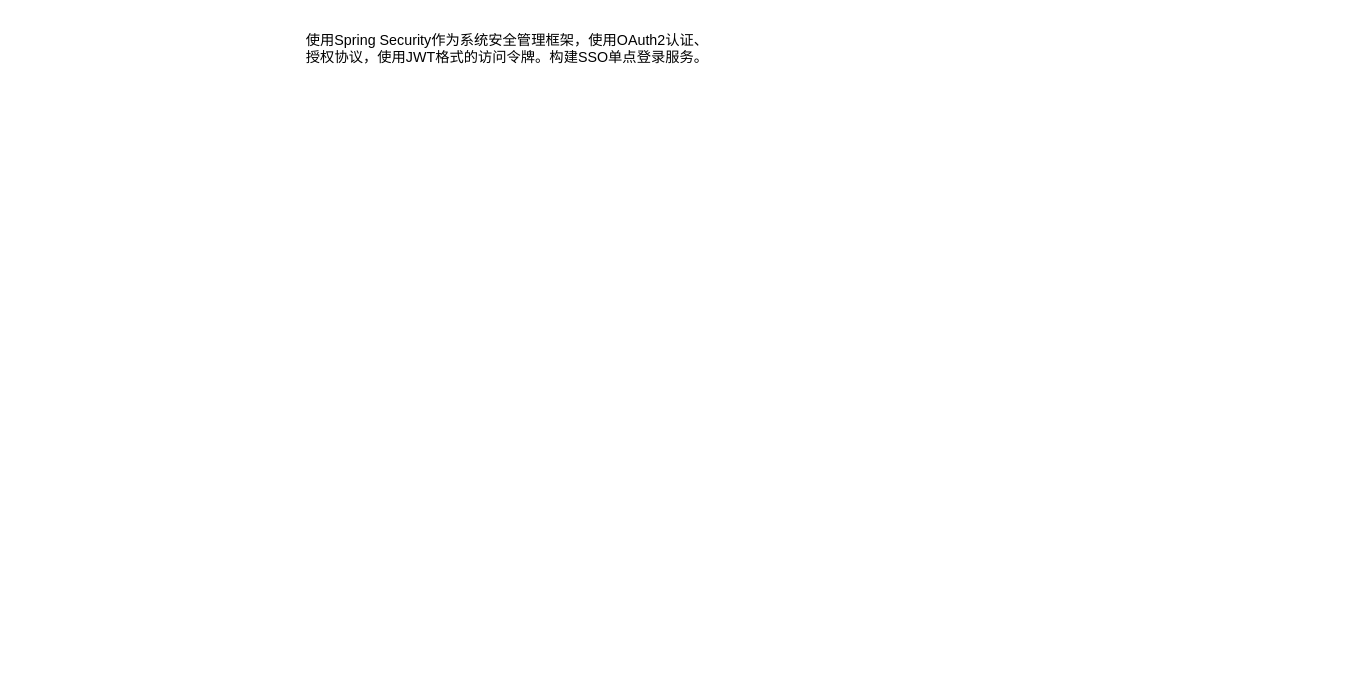
Earlier version of the draw.io diagram sso-security.drawio (lzdong0714/note). Source tidied: cells renumbered, new cells numbered last; positions are measured from the earlier drawing's top-left corner, leaving out a move shared by most shapes. Both pictures are drawn from the tidied source at 102%, with x=0, y=0 at pixel (303, 17).
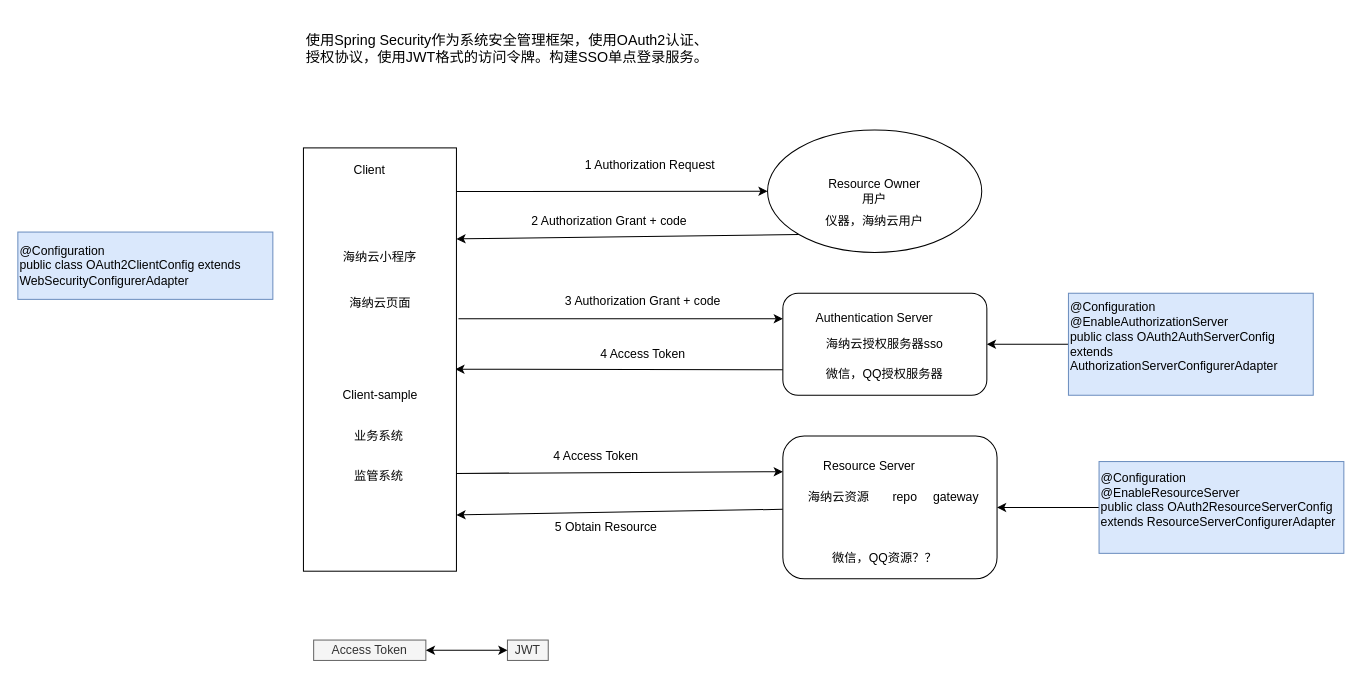
Above is the later version.

What changed in the source:
```diff
@@
+    <mxCell id="3" style="edgeStyle=none;rounded=0;jettySize=auto;html=1;exitX=0;exitY=1;exitDx=0;exitDy=0;entryX=1;entryY=0.215;entryDx=0;entryDy=0;entryPerimeter=0;" parent="1" edge="1" source="4" target="10">
+      <mxGeometry relative="1" as="geometry" />
+    </mxCell>
+    <mxCell id="4" value="Resource Owner&lt;br&gt;用户" style="ellipse;whiteSpace=wrap;html=1;" parent="1" vertex="1">
+      <mxGeometry x="455" y="110" width="210" height="120" as="geometry" />
+    </mxCell>
+    <mxCell id="5" style="edgeStyle=none;rounded=0;jettySize=auto;html=1;exitX=0;exitY=0.75;exitDx=0;exitDy=0;entryX=0.993;entryY=0.523;entryDx=0;entryDy=0;entryPerimeter=0;" parent="1" edge="1" source="6" target="10">
+      <mxGeometry relative="1" as="geometry" />
+    </mxCell>
+    <mxCell id="6" style="rounded=1;whiteSpace=wrap;html=1;" parent="1" vertex="1">
+      <mxGeometry x="470" y="270" width="200" height="100" as="geometry" />
+    </mxCell>
+    <mxCell id="7" style="edgeStyle=none;rounded=0;jettySize=auto;html=1;entryX=1;entryY=0.867;entryDx=0;entryDy=0;entryPerimeter=0;" parent="1" edge="1" source="8" target="10">
+      <mxGeometry relative="1" as="geometry" />
+    </mxCell>
+    <mxCell id="8" style="rounded=1;whiteSpace=wrap;html=1;" parent="1" vertex="1">
+      <mxGeometry x="470" y="410" width="210" height="140" as="geometry" />
+    </mxCell>
+    <mxCell id="9" style="edgeStyle=none;rounded=0;jettySize=auto;html=1;exitX=0.993;exitY=0.769;exitDx=0;exitDy=0;entryX=0;entryY=0.25;entryDx=0;entryDy=0;exitPerimeter=0;" parent="1" edge="1" source="10" target="8">
+      <mxGeometry relative="1" as="geometry" />
+    </mxCell>
+    <mxCell id="10" style="rounded=0;whiteSpace=wrap;html=1;" parent="1" vertex="1">
+      <mxGeometry y="127.5" width="150" height="415" as="geometry" />
+    </mxCell>
+    <mxCell id="11" value="Client" style="text;html=1;strokeColor=none;fillColor=none;align=center;verticalAlign=middle;whiteSpace=wrap;rounded=0;" parent="1" vertex="1">
+      <mxGeometry x="45" y="140" width="40" height="20" as="geometry" />
+    </mxCell>
+    <mxCell id="12" value="仪器，海纳云用户" style="text;html=1;strokeColor=none;fillColor=none;align=center;verticalAlign=middle;whiteSpace=wrap;rounded=0;" parent="1" vertex="1">
+      <mxGeometry x="510" y="190" width="100" height="20" as="geometry" />
+    </mxCell>
+    <mxCell id="13" value="Authentication Server" style="text;html=1;strokeColor=none;fillColor=none;align=center;verticalAlign=middle;whiteSpace=wrap;rounded=0;" parent="1" vertex="1">
+      <mxGeometry x="490" y="280" width="140" height="30" as="geometry" />
+    </mxCell>
+    <mxCell id="14" value="Resource Server" style="text;html=1;strokeColor=none;fillColor=none;align=center;verticalAlign=middle;whiteSpace=wrap;rounded=0;" parent="1" vertex="1">
+      <mxGeometry x="500" y="420" width="110" height="40" as="geometry" />
+    </mxCell>
+    <mxCell id="15" value="海纳云小程序" style="text;html=1;strokeColor=none;fillColor=none;align=center;verticalAlign=middle;whiteSpace=wrap;rounded=0;" parent="1" vertex="1">
+      <mxGeometry x="30" y="220" width="90" height="30" as="geometry" />
+    </mxCell>
+    <mxCell id="16" value="海纳云页面" style="text;html=1;strokeColor=none;fillColor=none;align=center;verticalAlign=middle;whiteSpace=wrap;rounded=0;" parent="1" vertex="1">
+      <mxGeometry x="37.5" y="267.5" width="75" height="25" as="geometry" />
+    </mxCell>
+    <mxCell id="17" style="endArrow=classic;html=1;exitX=1;exitY=0.103;exitDx=0;exitDy=0;entryX=0;entryY=0.5;entryDx=0;entryDy=0;exitPerimeter=0;" parent="1" edge="1" source="10" target="4">
+      <mxGeometry relative="1" as="geometry" />
+    </mxCell>
+    <mxCell id="18" value="1 Authorization Request" style="text;html=1;strokeColor=none;fillColor=none;align=center;verticalAlign=middle;whiteSpace=wrap;rounded=0;" parent="1" vertex="1">
+      <mxGeometry x="260" y="130" width="160" height="30" as="geometry" />
+    </mxCell>
+    <mxCell id="19" value="2 Authorization Grant + code" style="text;html=1;strokeColor=none;fillColor=none;align=center;verticalAlign=middle;whiteSpace=wrap;rounded=0;" parent="1" vertex="1">
+      <mxGeometry x="210" y="190" width="180" height="20" as="geometry" />
+    </mxCell>
+    <mxCell id="20" value="海纳云授权服务器sso" style="text;html=1;strokeColor=none;fillColor=none;align=center;verticalAlign=middle;whiteSpace=wrap;rounded=0;" parent="1" vertex="1">
+      <mxGeometry x="510" y="310" width="120" height="20" as="geometry" />
+    </mxCell>
+    <mxCell id="21" value="微信，QQ授权服务器" style="text;html=1;strokeColor=none;fillColor=none;align=center;verticalAlign=middle;whiteSpace=wrap;rounded=0;" parent="1" vertex="1">
+      <mxGeometry x="510" y="340" width="120" height="20" as="geometry" />
+    </mxCell>
+    <mxCell id="22" value="海纳云资源" style="text;html=1;strokeColor=none;fillColor=none;align=center;verticalAlign=middle;whiteSpace=wrap;rounded=0;" parent="1" vertex="1">
+      <mxGeometry x="475" y="460" width="100" height="20" as="geometry" />
+    </mxCell>
+    <mxCell id="23" value="微信，QQ资源？？" style="text;html=1;strokeColor=none;fillColor=none;align=center;verticalAlign=middle;whiteSpace=wrap;rounded=0;" parent="1" vertex="1">
+      <mxGeometry x="510" y="520" width="120" height="20" as="geometry" />
+    </mxCell>
+    <mxCell id="24" style="endArrow=classic;html=1;entryX=0;entryY=0.25;entryDx=0;entryDy=0;" parent="1" edge="1" target="6">
+      <mxGeometry relative="1" as="geometry">
+        <mxPoint x="152" y="295" as="sourcePoint" />
+      </mxGeometry>
+    </mxCell>
+    <mxCell id="25" value="3 Authorization Grant + code" style="text;html=1;strokeColor=none;fillColor=none;align=center;verticalAlign=middle;whiteSpace=wrap;rounded=0;" parent="1" vertex="1">
+      <mxGeometry x="246" y="268" width="174" height="20" as="geometry" />
+    </mxCell>
+    <mxCell id="26" value="4 Access Token" style="text;html=1;strokeColor=none;fillColor=none;align=center;verticalAlign=middle;whiteSpace=wrap;rounded=0;" parent="1" vertex="1">
+      <mxGeometry x="246" y="320" width="174" height="20" as="geometry" />
+    </mxCell>
+    <mxCell id="27" value="4 Access Token" style="text;html=1;strokeColor=none;fillColor=none;align=center;verticalAlign=middle;whiteSpace=wrap;rounded=0;" parent="1" vertex="1">
+      <mxGeometry x="200" y="420" width="174" height="20" as="geometry" />
+    </mxCell>
+    <mxCell id="28" value="5 Obtain Resource" style="text;html=1;strokeColor=none;fillColor=none;align=center;verticalAlign=middle;whiteSpace=wrap;rounded=0;" parent="1" vertex="1">
+      <mxGeometry x="210" y="490" width="174" height="20" as="geometry" />
+    </mxCell>
+    <mxCell id="29" value="Access Token" style="text;html=1;strokeColor=#666666;fillColor=#f5f5f5;align=center;verticalAlign=middle;whiteSpace=wrap;rounded=0;fontColor=#333333;" parent="1" vertex="1">
+      <mxGeometry x="10" y="610" width="110" height="20" as="geometry" />
+    </mxCell>
+    <mxCell id="30" value="JWT" style="text;html=1;strokeColor=#666666;fillColor=#f5f5f5;align=center;verticalAlign=middle;whiteSpace=wrap;rounded=0;fontColor=#333333;" parent="1" vertex="1">
+      <mxGeometry x="200" y="610" width="40" height="20" as="geometry" />
+    </mxCell>
+    <mxCell id="31" style="endArrow=classic;startArrow=classic;html=1;exitX=1;exitY=0.5;exitDx=0;exitDy=0;entryX=0;entryY=0.5;entryDx=0;entryDy=0;" parent="1" edge="1" source="29" target="30">
+      <mxGeometry relative="1" as="geometry" />
+    </mxCell>
+    <mxCell id="32" style="edgeStyle=orthogonalEdgeStyle;rounded=0;jettySize=auto;html=1;entryX=1;entryY=0.5;entryDx=0;entryDy=0;" parent="1" edge="1" source="33" target="6">
+      <mxGeometry relative="1" as="geometry" />
+    </mxCell>
+    <mxCell id="33" value="&lt;div&gt;@Configuration&lt;/div&gt;&lt;div&gt;@EnableAuthorizationServer&lt;/div&gt;&lt;div&gt;public class OAuth2AuthServerConfig extends AuthorizationServerConfigurerAdapter&amp;nbsp;&lt;/div&gt;&lt;div&gt;&lt;br&gt;&lt;/div&gt;" style="text;html=1;strokeColor=#6c8ebf;fillColor=#dae8fc;align=left;verticalAlign=middle;whiteSpace=wrap;rounded=0;" parent="1" vertex="1">
+      <mxGeometry x="750" y="270" width="240" height="100" as="geometry" />
+    </mxCell>
+    <mxCell id="34" style="edgeStyle=orthogonalEdgeStyle;rounded=0;jettySize=auto;html=1;" parent="1" edge="1" source="35" target="8">
+      <mxGeometry relative="1" as="geometry" />
+    </mxCell>
+    <mxCell id="35" value="&lt;div&gt;@Configuration&lt;/div&gt;&lt;div&gt;@EnableResourceServer&lt;/div&gt;&lt;div&gt;public class OAuth2ResourceServerConfig extends ResourceServerConfigurerAdapter&lt;/div&gt;&lt;div&gt;&lt;br&gt;&lt;/div&gt;" style="text;html=1;strokeColor=#6c8ebf;fillColor=#dae8fc;align=left;verticalAlign=middle;whiteSpace=wrap;rounded=0;" parent="1" vertex="1">
+      <mxGeometry x="780" y="435" width="240" height="90" as="geometry" />
+    </mxCell>
+    <mxCell id="36" value="Client-sample" style="text;html=1;strokeColor=none;fillColor=none;align=center;verticalAlign=middle;whiteSpace=wrap;rounded=0;" parent="1" vertex="1">
+      <mxGeometry x="32.5" y="360" width="85" height="20" as="geometry" />
+    </mxCell>
+    <mxCell id="37" value="业务系统" style="text;html=1;strokeColor=none;fillColor=none;align=center;verticalAlign=middle;whiteSpace=wrap;rounded=0;" parent="1" vertex="1">
+      <mxGeometry x="37.5" y="400" width="72" height="20" as="geometry" />
+    </mxCell>
+    <mxCell id="38" value="监管系统" style="text;html=1;strokeColor=none;fillColor=none;align=center;verticalAlign=middle;whiteSpace=wrap;rounded=0;" parent="1" vertex="1">
+      <mxGeometry x="47.5" y="440" width="52" height="20" as="geometry" />
+    </mxCell>
+    <mxCell id="39" value="repo" style="text;html=1;strokeColor=none;fillColor=none;align=center;verticalAlign=middle;whiteSpace=wrap;rounded=0;" parent="1" vertex="1">
+      <mxGeometry x="570" y="460" width="40" height="20" as="geometry" />
+    </mxCell>
+    <mxCell id="40" value="gateway" style="text;html=1;strokeColor=none;fillColor=none;align=center;verticalAlign=middle;whiteSpace=wrap;rounded=0;" parent="1" vertex="1">
+      <mxGeometry x="620" y="460" width="40" height="20" as="geometry" />
+    </mxCell>
+    <mxCell id="41" style="edgeStyle=none;rounded=0;orthogonalLoop=1;jettySize=auto;html=1;exitX=0.5;exitY=1;exitDx=0;exitDy=0;" parent="1" edge="1" source="22" target="22">
+      <mxGeometry relative="1" as="geometry" />
+    </mxCell>
+    <mxCell id="42" value="&lt;div&gt;@Configuration&lt;/div&gt;&lt;div&gt;public class OAuth2ClientConfig extends WebSecurityConfigurerAdapter&lt;/div&gt;" style="text;html=1;strokeColor=#6c8ebf;fillColor=#dae8fc;align=left;verticalAlign=middle;whiteSpace=wrap;rounded=0;" parent="1" vertex="1">
+      <mxGeometry x="-280" y="210" width="250" height="66" as="geometry" />
+    </mxCell>
```
